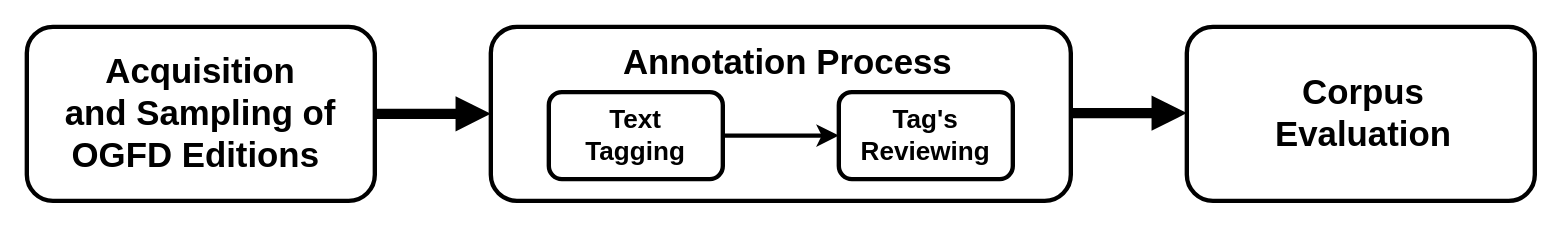
Earlier version of the draw.io diagram fig2.drawio (viniciusrpb/drawio_flowcharts). Source tidied: cells renumbered, new cells numbered last; positions are measured from the earlier drawing's top-left corner, leaving out a move shared by most shapes. Both pictures are drawn from the tidied source at 145%, with x=0, y=0 at pixel (26, 26).
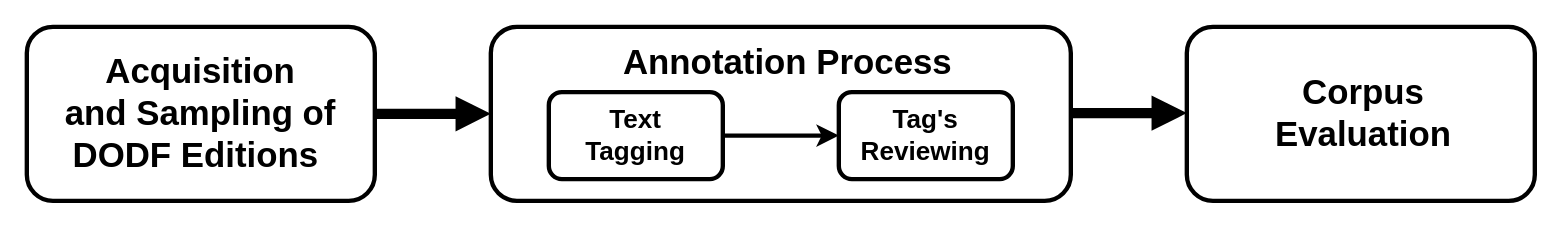
Above is the later version.

What changed in the source:
```diff
@@
 <mxGraphModel>
   <root>
     <mxCell id="0" />
     <mxCell id="1" parent="0" />
     <mxCell id="2" style="endArrow=block;html=1;rounded=0;strokeWidth=7;fontSize=28;endFill=1;exitX=1;exitY=0.5;exitDx=0;exitDy=0;entryX=0;entryY=0.5;entryDx=0;entryDy=0;" parent="1" edge="1" source="3" target="5">
       <mxGeometry relative="1" as="geometry" />
     </mxCell>
     <mxCell id="3" style="rounded=1;whiteSpace=wrap;html=1;strokeWidth=3;" parent="1" vertex="1">
       <mxGeometry width="240" height="120" as="geometry" />
     </mxCell>
-    <mxCell id="4" value="Acquisition&lt;br style=&quot;font-size: 24px;&quot;&gt;and Sampling of OGFD Editions&amp;nbsp;" style="text;html=1;strokeColor=none;fillColor=none;align=center;verticalAlign=middle;whiteSpace=wrap;rounded=0;strokeWidth=6;fontSize=24;fontStyle=1;" parent="1" vertex="1">
+    <mxCell id="4" value="Acquisition&lt;br style=&quot;font-size: 24px;&quot;&gt;and Sampling of DODF Editions&amp;nbsp;" style="text;html=1;strokeColor=none;fillColor=none;align=center;verticalAlign=middle;whiteSpace=wrap;rounded=0;strokeWidth=6;fontSize=24;fontStyle=1;" parent="1" vertex="1">
       <mxGeometry x="20" y="45" width="200" height="30" as="geometry" />
     </mxCell>
     <mxCell id="5" style="rounded=1;whiteSpace=wrap;html=1;strokeWidth=3;" parent="1" vertex="1">
       <mxGeometry x="320" width="400" height="120" as="geometry" />
     </mxCell>
     <mxCell id="6" value="Annotation Process" style="text;html=1;strokeColor=none;fillColor=none;align=center;verticalAlign=middle;whiteSpace=wrap;rounded=0;strokeWidth=6;fontSize=24;fontStyle=1;" parent="1" vertex="1">
       <mxGeometry x="390" y="10" width="270" height="30" as="geometry" />
     </mxCell>
     <mxCell id="7" style="rounded=1;whiteSpace=wrap;html=1;strokeWidth=3;" parent="1" vertex="1">
       <mxGeometry x="800" width="240" height="120" as="geometry" />
     </mxCell>
     <mxCell id="8" value="Corpus Evaluation" style="text;html=1;strokeColor=none;fillColor=none;align=center;verticalAlign=middle;whiteSpace=wrap;rounded=0;strokeWidth=6;fontSize=24;fontStyle=1;" parent="1" vertex="1">
       <mxGeometry x="827" y="45" width="190" height="30" as="geometry" />
     </mxCell>
     <mxCell id="9" style="endArrow=block;html=1;rounded=0;strokeWidth=7;fontSize=28;endFill=1;" parent="1" edge="1">
       <mxGeometry relative="1" as="geometry">
         <mxPoint x="720" y="59.5" as="sourcePoint" />
         <mxPoint x="800" y="59.5" as="targetPoint" />
       </mxGeometry>
     </mxCell>
     <mxCell id="10" style="edgeStyle=orthogonalEdgeStyle;rounded=0;jettySize=auto;html=1;entryX=0;entryY=0.5;entryDx=0;entryDy=0;fontSize=18;strokeWidth=3;" parent="1" edge="1" source="11" target="12">
       <mxGeometry relative="1" as="geometry" />
     </mxCell>
     <mxCell id="11" value="Text&lt;br style=&quot;font-size: 18px;&quot;&gt;Tagging" style="rounded=1;whiteSpace=wrap;html=1;strokeWidth=3;fontSize=18;fontStyle=1;" parent="1" vertex="1">
       <mxGeometry x="360" y="45" width="120" height="60" as="geometry" />
     </mxCell>
     <mxCell id="12" value="Tag's&lt;br style=&quot;font-size: 18px;&quot;&gt;Reviewing" style="rounded=1;whiteSpace=wrap;html=1;strokeWidth=3;fontSize=18;fontStyle=1;" parent="1" vertex="1">
       <mxGeometry x="560" y="45" width="120" height="60" as="geometry" />
     </mxCell>
   </root>
 </mxGraphModel>
```
